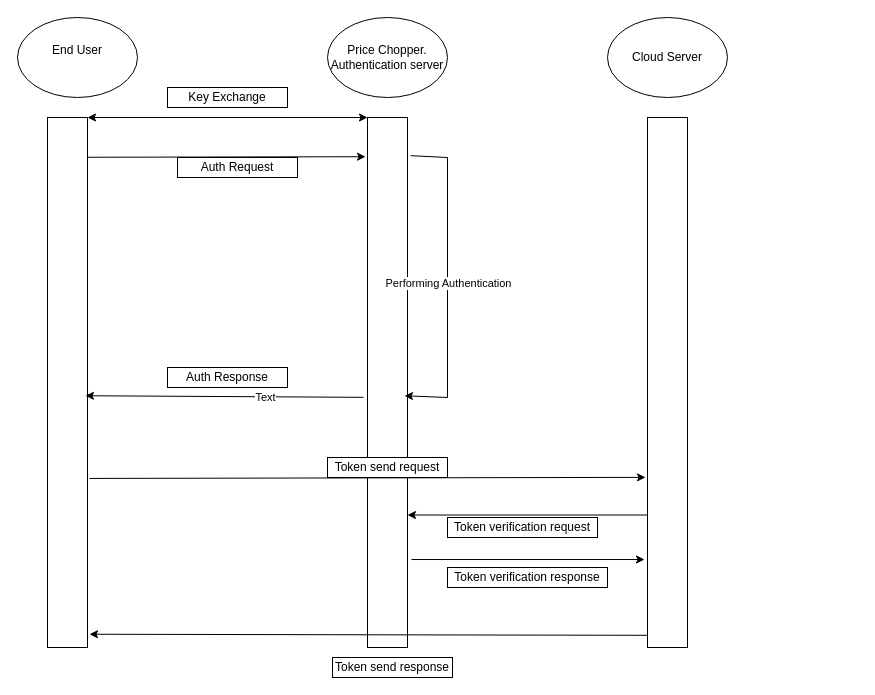
Above: Untitled Diagram.drawio in workshop748/client_and_listeners (draw.io), before the change. Source tidied: cells renumbered, new cells numbered last; positions are measured from the earlier drawing's top-left corner, leaving out a move shared by most shapes. Both pictures are drawn from the tidied source at 100%, with x=0, y=0 at pixel (17, 17).
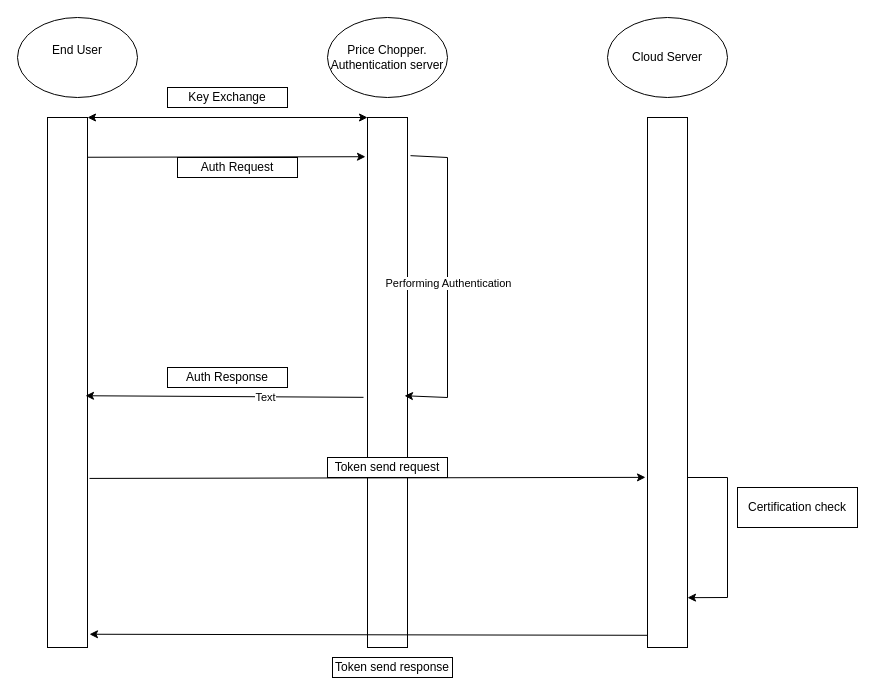
The same page after the edit.

The change refers to these unchanged cells:
```xml
<mxCell id="4" style="rounded=0;whiteSpace=wrap;html=1;" parent="1" vertex="1">
  <mxGeometry x="350" y="100" width="40" height="530" as="geometry" />
</mxCell>
<mxCell id="7" style="rounded=0;whiteSpace=wrap;html=1;" parent="1" vertex="1">
  <mxGeometry x="630" y="100" width="40" height="530" as="geometry" />
</mxCell>
```

Change to the diagram source:
```diff
@@
-    <mxCell id="17" style="endArrow=classic;html=1;rounded=0;entryX=1;entryY=0.75;entryDx=0;entryDy=0;exitX=0;exitY=0.75;exitDx=0;exitDy=0;" parent="1" edge="1" source="7" target="4">
-      <mxGeometry relative="1" as="geometry" />
-    </mxCell>
-    <mxCell id="18" value="&lt;div&gt;Token verification request&lt;/div&gt;" style="rounded=0;whiteSpace=wrap;html=1;" parent="1" vertex="1">
-      <mxGeometry x="430" y="500" width="150" height="20" as="geometry" />
-    </mxCell>
-    <mxCell id="19" style="endArrow=classic;html=1;rounded=0;entryX=-0.075;entryY=0.834;entryDx=0;entryDy=0;entryPerimeter=0;exitX=1.1;exitY=0.834;exitDx=0;exitDy=0;exitPerimeter=0;" parent="1" edge="1" source="4" target="7">
-      <mxGeometry relative="1" as="geometry" />
-    </mxCell>
-    <mxCell id="20" value="Token verification response" style="rounded=0;whiteSpace=wrap;html=1;" parent="1" vertex="1">
-      <mxGeometry x="430" y="550" width="160" height="20" as="geometry" />
-    </mxCell>
@@
+    <mxCell id="25" style="endArrow=classic;html=1;rounded=0;entryX=1;entryY=0.906;entryDx=0;entryDy=0;entryPerimeter=0;" parent="1" edge="1" target="7">
+      <mxGeometry relative="1" as="geometry">
+        <mxPoint x="670" y="460" as="sourcePoint" />
+        <Array as="points">
+          <mxPoint x="710" y="460" />
+          <mxPoint x="710" y="580" />
+        </Array>
+      </mxGeometry>
+    </mxCell>
+    <mxCell id="26" value="Certification check" style="rounded=0;whiteSpace=wrap;html=1;" parent="1" vertex="1">
+      <mxGeometry x="720" y="470" width="120" height="40" as="geometry" />
+    </mxCell>
```
